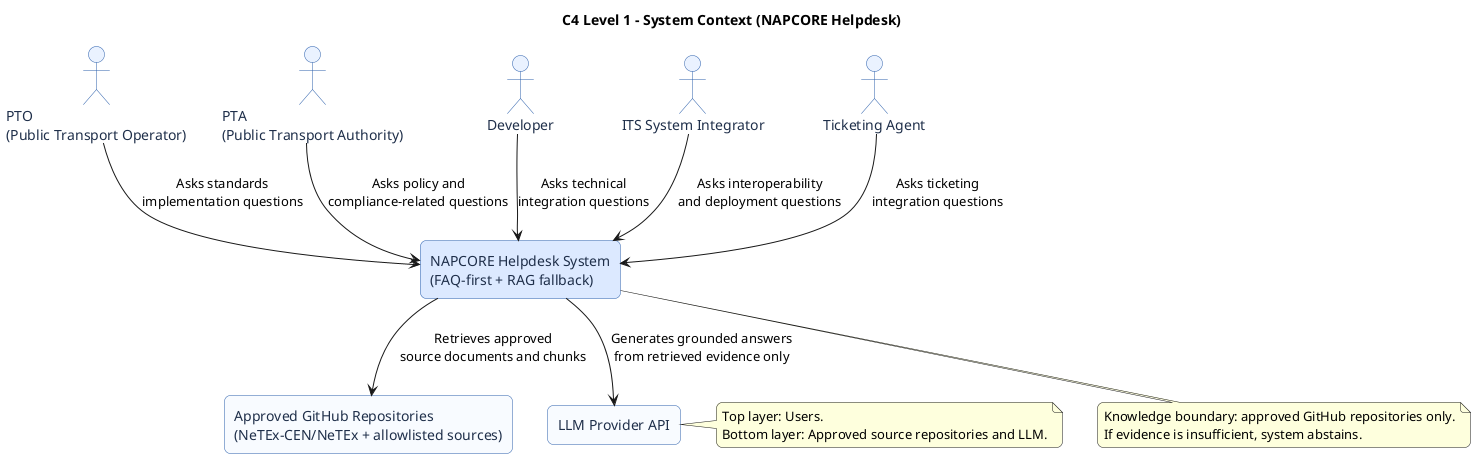
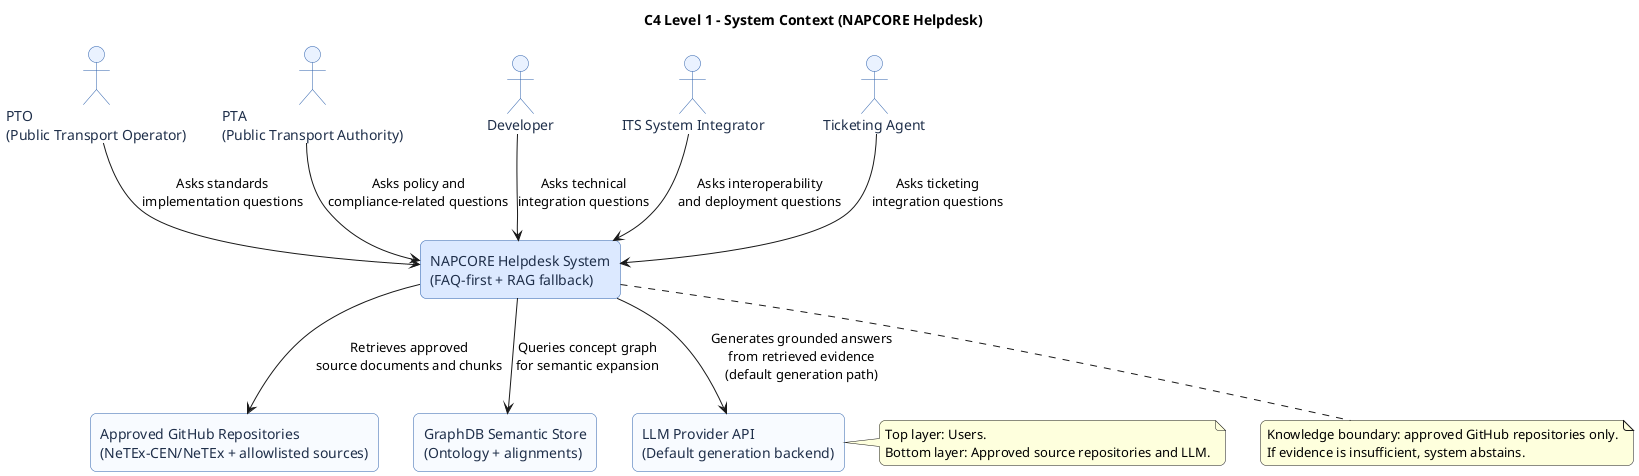
@startuml
title C4 Level 1 - System Context (NAPCORE Helpdesk)

skinparam shadowing false
skinparam roundcorner 12
skinparam rectangle {
  BorderColor #2B5FAB
  FontColor #1F2F4A
  BackgroundColor #F8FBFF
}
skinparam actor {
  BorderColor #2B5FAB
  FontColor #1F2F4A
  BackgroundColor #EAF2FF
}

actor "PTO\n(Public Transport Operator)" as PTO
actor "PTA\n(Public Transport Authority)" as PTA
actor "Developer" as DEV
actor "ITS System Integrator" as INTEGRATOR
actor "Ticketing Agent" as TICKET

rectangle "NAPCORE Helpdesk System\n(FAQ-first + RAG fallback)" as HELPDESK #DCE9FF
rectangle "Approved GitHub Repositories\n(NeTEx-CEN/NeTEx + allowlisted sources)" as GITHUB
- rectangle "LLM Provider API" as LLM
+ rectangle "GraphDB Semantic Store\n(Ontology + alignments)" as GRAPHDB
+ rectangle "LLM Provider API\n(Default generation backend)" as LLM

PTO --> HELPDESK : Asks standards\nimplementation questions
PTA --> HELPDESK : Asks policy and\ncompliance-related questions
DEV --> HELPDESK : Asks technical\nintegration questions
INTEGRATOR --> HELPDESK : Asks interoperability\nand deployment questions
TICKET --> HELPDESK : Asks ticketing\nintegration questions

' Top layer: actors arranged horizontally
PTO -[hidden]right-> PTA
PTA -[hidden]right-> DEV
DEV -[hidden]right-> INTEGRATOR
INTEGRATOR -[hidden]right-> TICKET

' Bottom layer: external systems below helpdesk
HELPDESK -[hidden]down-> GITHUB
- GITHUB -[hidden]right-> LLM
+ GITHUB -[hidden]right-> GRAPHDB
+ GRAPHDB -[hidden]right-> LLM

HELPDESK --> GITHUB : Retrieves approved\nsource documents and chunks
- HELPDESK --> LLM : Generates grounded answers\nfrom retrieved evidence only
+ HELPDESK --> GRAPHDB : Queries concept graph\nfor semantic expansion
+ HELPDESK --> LLM : Generates grounded answers\nfrom retrieved evidence\n(default generation path)

note bottom of HELPDESK
Knowledge boundary: approved GitHub repositories only.
If evidence is insufficient, system abstains.
end note

note right of LLM
Top layer: Users.
Bottom layer: Approved source repositories and LLM.
end note

@enduml
